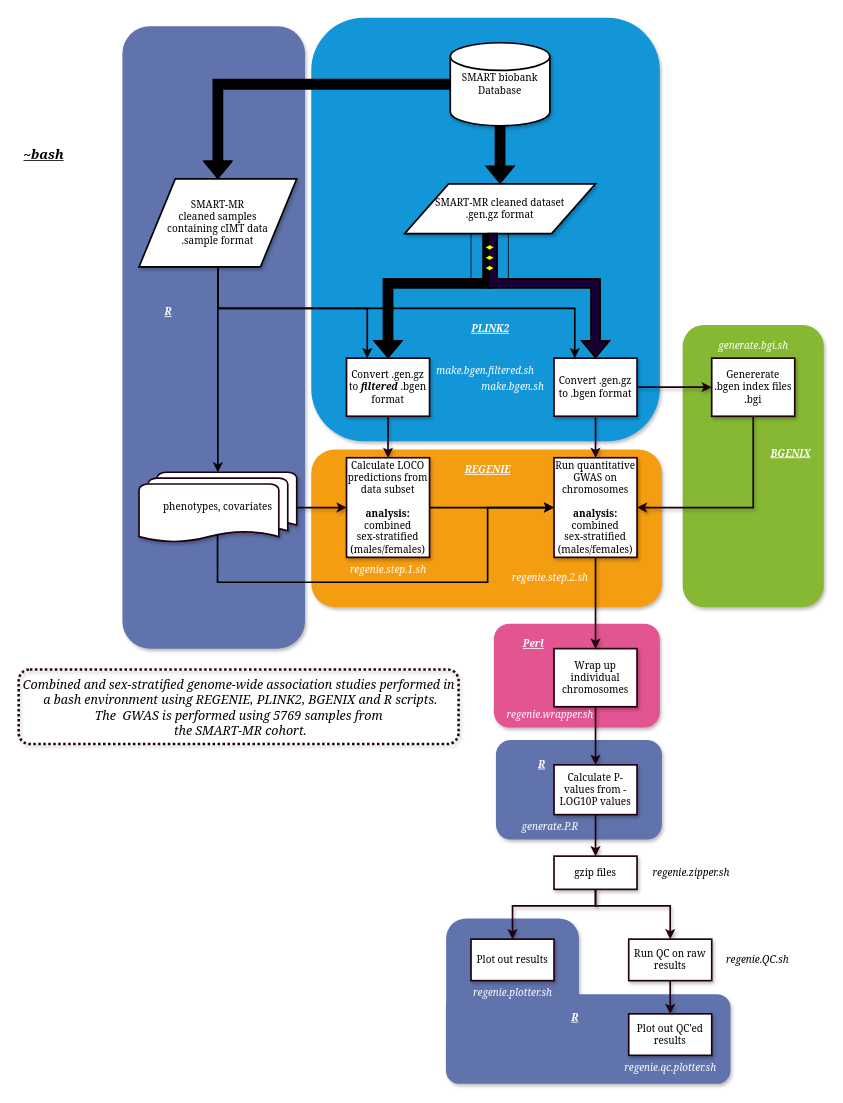
xEmz/xEmz keeps this draw.io diagram as REGENIE_SMART.drawio. Above is the earlier version. Source tidied: cells renumbered, new cells numbered last; positions are measured from the earlier drawing's top-left corner, leaving out a move shared by most shapes. Both pictures are drawn from the tidied source at 83%, with x=0, y=0 at pixel (14, 17).
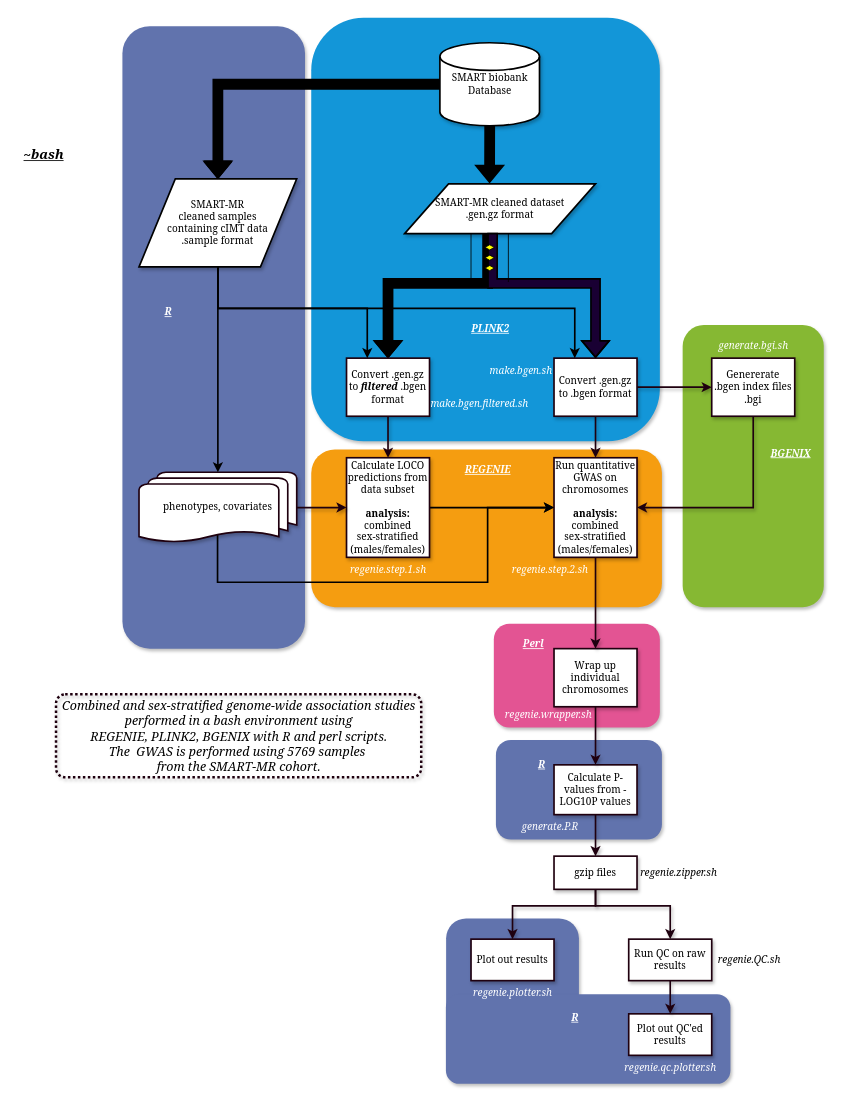
The same page after the edit.

Unchanged cells that the change refers to:
```xml
<mxCell id="8" value="&lt;font&gt;SMART-MR cleaned dataset&lt;br&gt;.gen.gz format&lt;br&gt;&lt;/font&gt;" style="shape=parallelogram;html=1;strokeWidth=2;perimeter=parallelogramPerimeter;whiteSpace=wrap;arcSize=12;size=0.23;fontFamily=Georgia;strokeColor=default;sketch=0;shadow=1;" parent="1" vertex="1">
  <mxGeometry x="470" y="200" width="230" height="60" as="geometry" />
</mxCell>
```

What changed in the source:
```diff
@@
-    <mxCell id="40" value="&lt;font style=&quot;font-size: 15px;&quot;&gt;&lt;i&gt;Combined and sex-stratified genome-wide association studies performed in&lt;br&gt;&lt;font style=&quot;font-size: 15px;&quot;&gt;&amp;nbsp;a bash environment using REGENIE, PLINK2, BGENIX and R scripts. &lt;br&gt;&lt;/font&gt;The&amp;nbsp; GWAS is performed using 5769 samples from&lt;br&gt;&amp;nbsp;the SMART-MR cohort.&lt;/i&gt;&lt;/font&gt;" style="text;html=1;align=center;verticalAlign=middle;strokeColor=#1F000F;fillColor=none;fontFamily=Georgia;dashed=1;dashPattern=1 1;sketch=0;strokeWidth=3;rounded=1;shadow=1;" parent="1" vertex="1">
-      <mxGeometry x="5" y="785" width="530" height="90" as="geometry" />
+    <mxCell id="40" value="&lt;div style=&quot;&quot;&gt;&lt;i style=&quot;font-size: 15px; background-color: initial;&quot;&gt;Combined and sex-stratified genome-wide association studies&lt;/i&gt;&lt;/div&gt;&lt;div style=&quot;&quot;&gt;&lt;i style=&quot;font-size: 15px; background-color: initial;&quot;&gt;&amp;nbsp;performed in&amp;nbsp;&lt;/i&gt;&lt;i style=&quot;font-size: 15px; background-color: initial;&quot;&gt;a bash environment using&amp;nbsp;&lt;/i&gt;&lt;/div&gt;&lt;div style=&quot;&quot;&gt;&lt;i style=&quot;font-size: 15px; background-color: initial;&quot;&gt;REGENIE, PLINK2, BGENIX with R and perl scripts.&lt;/i&gt;&lt;/div&gt;&lt;font style=&quot;font-size: 15px;&quot;&gt;&lt;i&gt;&lt;div style=&quot;&quot;&gt;&lt;i style=&quot;background-color: initial;&quot;&gt;The&amp;nbsp; GWAS is performed using 5769 samples&amp;nbsp;&lt;/i&gt;&lt;/div&gt;&lt;div style=&quot;&quot;&gt;&lt;i style=&quot;background-color: initial;&quot;&gt;from&amp;nbsp;&lt;/i&gt;&lt;i style=&quot;background-color: initial;&quot;&gt;the SMART-MR cohort.&lt;/i&gt;&lt;/div&gt;&lt;/i&gt;&lt;/font&gt;" style="text;html=1;align=center;verticalAlign=middle;strokeColor=#1F000F;fillColor=none;fontFamily=Georgia;dashed=1;dashPattern=1 1;sketch=0;strokeWidth=3;rounded=1;shadow=1;arcSize=11;" parent="1" vertex="1">
+      <mxGeometry x="50" y="815" width="440" height="100" as="geometry" />
     </mxCell>
     <mxCell id="41" value="make.bgen.filtered.sh" style="text;html=1;align=center;verticalAlign=middle;strokeColor=none;fillColor=none;fontFamily=Georgia;sketch=0;shadow=1;fontStyle=2;fontColor=#FFFFFF;" parent="1" vertex="1">
-      <mxGeometry x="497.1" y="410" width="140" height="30" as="geometry" />
+      <mxGeometry x="490" y="450" width="140" height="30" as="geometry" />
     </mxCell>
     <mxCell id="42" value="make.bgen.sh" style="text;html=1;align=center;verticalAlign=middle;strokeColor=none;fillColor=none;fontFamily=Georgia;sketch=0;shadow=1;fontStyle=2;fontColor=#FFFFFF;" parent="1" vertex="1">
-      <mxGeometry x="550" y="430" width="100" height="30" as="geometry" />
+      <mxGeometry x="560" y="410" width="100" height="30" as="geometry" />
     </mxCell>
@@
     <mxCell id="45" value="regenie.step.2.sh" style="text;html=1;align=center;verticalAlign=middle;strokeColor=none;fillColor=none;fontFamily=Georgia;sketch=0;shadow=1;fontStyle=2;fontColor=#FFFFFF;" parent="1" vertex="1">
-      <mxGeometry x="590" y="660" width="110" height="30" as="geometry" />
+      <mxGeometry x="590" y="650" width="110" height="30" as="geometry" />
     </mxCell>
@@
     <mxCell id="51" value="&lt;i&gt;regenie.wrapper.sh&lt;/i&gt;" style="text;html=1;align=center;verticalAlign=middle;strokeColor=none;fillColor=none;fontColor=#FFFFFF;fontFamily=Georgia;" parent="1" vertex="1">
-      <mxGeometry x="580" y="825" width="130" height="30" as="geometry" />
+      <mxGeometry x="577.5" y="825" width="130" height="30" as="geometry" />
     </mxCell>
@@
     <mxCell id="54" value="&lt;i&gt;regenie.QC.sh&lt;/i&gt;" style="text;html=1;align=center;verticalAlign=middle;strokeColor=none;fillColor=none;fontFamily=Georgia;" parent="1" vertex="1">
-      <mxGeometry x="845" y="1120" width="100" height="30" as="geometry" />
+      <mxGeometry x="835" y="1120" width="100" height="30" as="geometry" />
     </mxCell>
@@
     <mxCell id="58" value="SMART biobank Database" style="strokeWidth=2;html=1;shape=mxgraph.flowchart.database;whiteSpace=wrap;fontColor=#000000;fillColor=default;strokeColor=#000000;sketch=0;shadow=1;fontFamily=Georgia;" parent="1" vertex="1">
-      <mxGeometry x="525" y="30" width="120" height="100" as="geometry" />
+      <mxGeometry x="512.5" y="30" width="120" height="100" as="geometry" />
     </mxCell>
-    <mxCell id="59" style="shape=flexArrow;endArrow=classic;html=1;rounded=0;fontColor=#000000;fillColor=#000000;entryX=0.5;entryY=0;entryDx=0;entryDy=0;strokeWidth=2;exitX=0.5;exitY=1;exitDx=0;exitDy=0;exitPerimeter=0;" parent="1" edge="1" source="58" target="8">
+    <mxCell id="59" style="shape=flexArrow;endArrow=classic;html=1;rounded=0;fontColor=#000000;fillColor=#000000;entryX=0.445;entryY=-0.017;entryDx=0;entryDy=0;strokeWidth=2;exitX=0.5;exitY=1;exitDx=0;exitDy=0;exitPerimeter=0;entryPerimeter=0;" parent="1" edge="1" source="58" target="8">
       <mxGeometry relative="1" as="geometry" />
     </mxCell>
@@
     <mxCell id="64" value="&lt;i&gt;regenie.zipper.sh&lt;/i&gt;" style="text;html=1;align=center;verticalAlign=middle;strokeColor=none;fillColor=none;fontFamily=Georgia;" parent="1" vertex="1">
-      <mxGeometry x="755" y="1015" width="120" height="30" as="geometry" />
+      <mxGeometry x="740" y="1015" width="120" height="30" as="geometry" />
     </mxCell>
```
